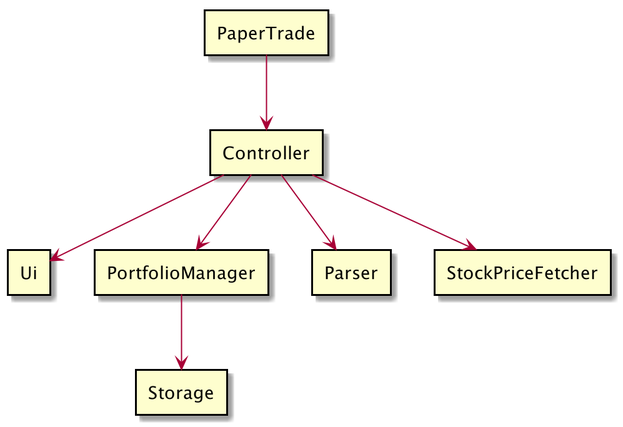
The PlantUML diagram docs/diagrams/Architecture.png in nus-cs2113-AY2021S1/tp, before a commit.
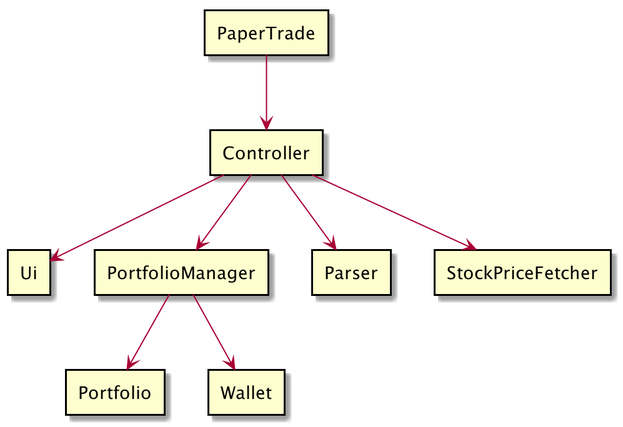
After the commit.

Change to the diagram source:
```diff
@@ -5,12 +5,14 @@
 rectangle PortfolioManager
 rectangle Parser
 rectangle StockPriceFetcher
-rectangle Storage
+rectangle Portfolio
+rectangle Wallet
 
 PaperTrade --> Controller
 Controller --> Ui
 Controller --> PortfolioManager
-PortfolioManager --> Storage
+PortfolioManager --> Portfolio
+PortfolioManager --> Wallet
 Controller --> Parser
 Controller --> StockPriceFetcher
 @enduml
```
